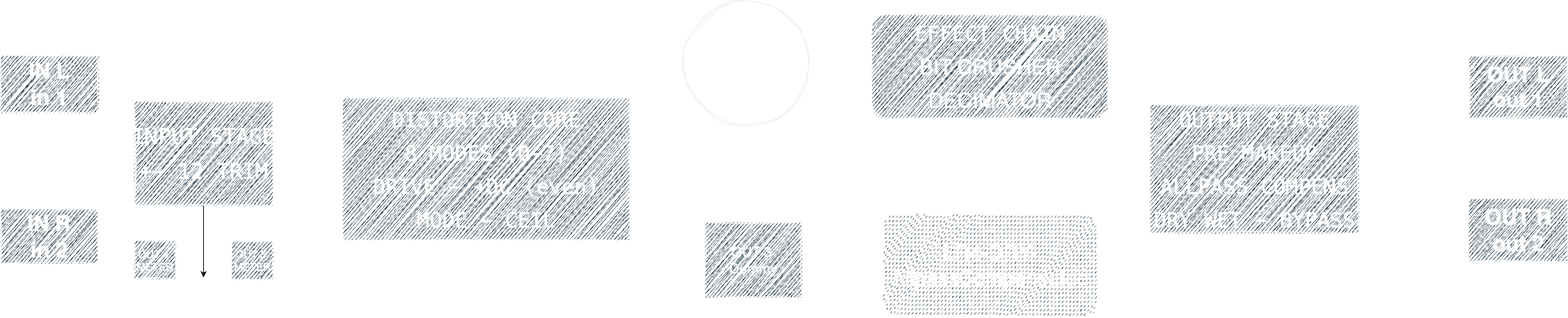
This is Assets/diagram.png from cjitter/JCBReverb, a draw.io export, as it was before one commit. Source tidied: cells renumbered, new cells last; positions are measured from the earlier drawing's top-left corner, leaving out a move shared by most shapes.
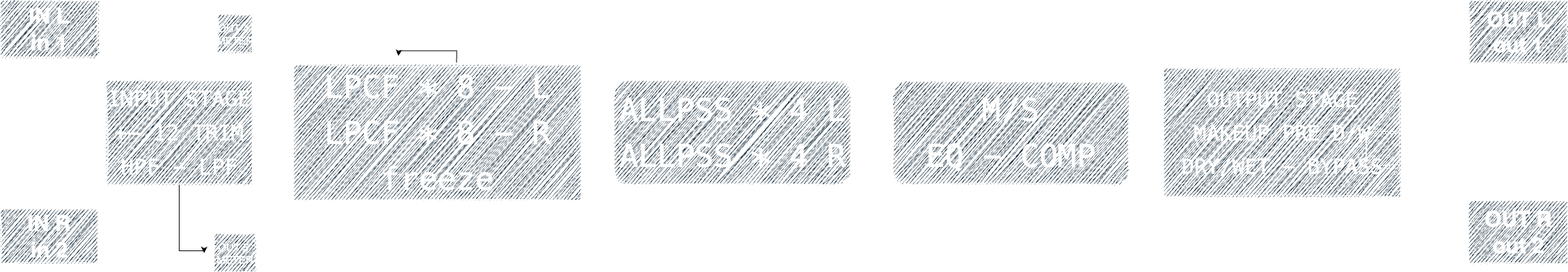
The same file after the commit.

Diff of the diagram source:
```diff
@@ -6,7 +6,7 @@
       <mxGeometry relative="1" as="geometry" />
     </mxCell>
     <mxCell id="3" value="&lt;font style=&quot;font-size: 31px;&quot;&gt;&lt;b&gt;IN L&lt;/b&gt;&lt;/font&gt;&lt;div&gt;&lt;font style=&quot;font-size: 31px;&quot;&gt;&lt;b&gt;in 1&lt;/b&gt;&lt;/font&gt;&lt;/div&gt;" style="rounded=0;whiteSpace=wrap;html=1;labelBackgroundColor=none;strokeColor=#FFFFFF;fillColor=#182E3E;fontColor=#FFFFFF;sketch=1;curveFitting=1;jiggle=2;" parent="1" vertex="1">
-      <mxGeometry y="79.4" width="140" height="81.2" as="geometry" />
+      <mxGeometry y="35" width="140" height="81.2" as="geometry" />
     </mxCell>
     <mxCell id="4" style="edgeStyle=orthogonalEdgeStyle;rounded=0;jettySize=auto;html=1;strokeColor=#FFFFFF;" parent="1" edge="1" source="5" target="10">
       <mxGeometry relative="1" as="geometry">
@@ -16,136 +16,101 @@
       </mxGeometry>
     </mxCell>
     <mxCell id="5" value="&lt;font style=&quot;font-size: 31px; border-color: light-dark(rgb(0, 0, 0), rgb(255, 255, 255)) !important;&quot;&gt;&lt;b&gt;IN R&lt;/b&gt;&lt;/font&gt;&lt;div style=&quot;border-color: light-dark(rgb(0, 0, 0), rgb(255, 255, 255)) !important;&quot;&gt;&lt;font style=&quot;border-color: light-dark(rgb(0, 0, 0), rgb(255, 255, 255)) !important; font-size: 31px;&quot;&gt;&lt;b&gt;in 2&lt;/b&gt;&lt;/font&gt;&lt;/div&gt;" style="rounded=0;whiteSpace=wrap;html=1;labelBackgroundColor=none;strokeColor=#FFFFFF;fillColor=#182E3E;fontColor=#FFFFFF;sketch=1;curveFitting=1;jiggle=2;" parent="1" vertex="1">
-      <mxGeometry y="300" width="140" height="78.1" as="geometry" />
+      <mxGeometry y="335" width="140" height="78.1" as="geometry" />
     </mxCell>
     <mxCell id="6" style="edgeStyle=orthogonalEdgeStyle;jettySize=auto;html=1;rounded=0;labelBackgroundColor=none;fontColor=default;strokeColor=#FFFFFF;sketch=1;curveFitting=1;jiggle=2;" parent="1" edge="1" source="10" target="18">
       <mxGeometry relative="1" as="geometry">
         <Array as="points">
-          <mxPoint x="280" y="325" />
-          <mxPoint x="362" y="325" />
+          <mxPoint x="252" y="405" />
         </Array>
       </mxGeometry>
     </mxCell>
     <mxCell id="7" style="edgeStyle=orthogonalEdgeStyle;rounded=0;jettySize=auto;html=1;" parent="1" edge="1" source="10">
       <mxGeometry relative="1" as="geometry">
         <mxPoint x="292" y="398.1" as="targetPoint" />
+        <Array as="points">
+          <mxPoint x="257" y="395" />
+          <mxPoint x="293" y="395" />
+          <mxPoint x="293" y="398" />
+        </Array>
       </mxGeometry>
     </mxCell>
-    <mxCell id="8" style="edgeStyle=orthogonalEdgeStyle;rounded=0;jettySize=auto;html=1;exitX=1;exitY=0;exitDx=0;exitDy=0;strokeColor=#FFFFFF;" parent="1" edge="1" source="10" target="26">
-      <mxGeometry relative="1" as="geometry">
-        <Array as="points">
-          <mxPoint x="322" y="145" />
-          <mxPoint x="322" y="65" />
-        </Array>
-      </mxGeometry>
-    </mxCell>
-    <mxCell id="9" style="edgeStyle=orthogonalEdgeStyle;rounded=0;jettySize=auto;html=1;entryX=0;entryY=0;entryDx=0;entryDy=0;strokeColor=#FFFFFF;" parent="1" edge="1" source="10" target="26">
-      <mxGeometry relative="1" as="geometry">
-        <Array as="points">
-          <mxPoint x="242" y="25" />
-          <mxPoint x="1008" y="25" />
-        </Array>
-      </mxGeometry>
-    </mxCell>
+    <mxCell id="32" style="edgeStyle=orthogonalEdgeStyle;rounded=0;jettySize=auto;html=1;strokeColor=#FFFFFF;" parent="1" edge="1" source="10" target="11">
+      <mxGeometry relative="1" as="geometry" />
+    </mxCell>
-    <mxCell id="10" value="&lt;pre&gt;&lt;span style=&quot;font-size: 31px;&quot;&gt;INPUT STAGE&lt;/span&gt;&lt;/pre&gt;&lt;pre&gt;&lt;span style=&quot;font-size: 31px;&quot;&gt;+- 12 TRIM&lt;/span&gt;&lt;/pre&gt;" style="rounded=0;whiteSpace=wrap;html=1;labelBackgroundColor=none;strokeColor=#FFFFFF;fillColor=#182E3E;fontColor=#FFFFFF;sketch=1;curveFitting=1;jiggle=2;" parent="1" vertex="1">
-      <mxGeometry x="192" y="145" width="200" height="150" as="geometry" />
+    <mxCell id="10" value="&lt;pre&gt;&lt;span style=&quot;font-size: 31px;&quot;&gt;INPUT STAGE&lt;/span&gt;&lt;/pre&gt;&lt;pre&gt;&lt;span style=&quot;font-size: 31px;&quot;&gt;+- 12 TRIM&lt;/span&gt;&lt;/pre&gt;&lt;pre&gt;&lt;span style=&quot;font-size: 31px;&quot;&gt;HPF - LPF&lt;/span&gt;&lt;/pre&gt;" style="rounded=0;whiteSpace=wrap;html=1;labelBackgroundColor=none;strokeColor=#FFFFFF;fillColor=#182E3E;fontColor=#FFFFFF;sketch=1;curveFitting=1;jiggle=2;" parent="1" vertex="1">
+      <mxGeometry x="152" y="150" width="210" height="150" as="geometry" />
     </mxCell>
+    <mxCell id="33" style="edgeStyle=orthogonalEdgeStyle;rounded=0;jettySize=auto;html=1;exitX=0.567;exitY=-0.016;exitDx=0;exitDy=0;exitPerimeter=0;" parent="1" edge="1" source="11">
+      <mxGeometry relative="1" as="geometry">
+        <mxPoint x="572" y="115" as="targetPoint" />
+      </mxGeometry>
+    </mxCell>
+    <mxCell id="24" style="edgeStyle=orthogonalEdgeStyle;rounded=0;jettySize=auto;html=1;exitX=1;exitY=0.5;exitDx=0;exitDy=0;entryX=0;entryY=0.5;entryDx=0;entryDy=0;strokeColor=#FFFFFF;" parent="1" edge="1" source="11" target="13">
+      <mxGeometry relative="1" as="geometry">
+        <Array as="points">
+          <mxPoint x="972" y="243" />
+          <mxPoint x="972" y="243" />
+        </Array>
+      </mxGeometry>
+    </mxCell>
-    <mxCell id="11" value="&lt;pre&gt;&lt;span style=&quot;font-size: 30px;&quot;&gt;DISTORTION CORE&lt;/span&gt;&lt;/pre&gt;&lt;pre&gt;&lt;span style=&quot;font-size: 30px;&quot;&gt;8 MODES (0-7)&lt;/span&gt;&lt;/pre&gt;&lt;pre&gt;&lt;span style=&quot;font-size: 30px;&quot;&gt;DRIVE - +DC (even)&lt;/span&gt;&lt;/pre&gt;&lt;pre&gt;&lt;span style=&quot;font-size: 30px;&quot;&gt;MODE - CEIL&lt;/span&gt;&lt;/pre&gt;" style="rounded=0;whiteSpace=wrap;html=1;labelBackgroundColor=none;strokeColor=#FFFFFF;gradientDirection=west;fillColor=#182E3E;fontColor=#FFFFFF;sketch=1;curveFitting=1;jiggle=2;" parent="1" vertex="1">
-      <mxGeometry x="492" y="140" width="412" height="205" as="geometry" />
+    <mxCell id="11" value="&lt;pre&gt;&lt;font style=&quot;font-size: 45px;&quot;&gt;LPCF * 8 - L&lt;/font&gt;&lt;/pre&gt;&lt;pre&gt;&lt;font style=&quot;font-size: 45px;&quot;&gt;LPCF * 8 - R&lt;/font&gt;&lt;/pre&gt;&lt;pre&gt;&lt;span style=&quot;font-size: 45px;&quot;&gt;freeze&lt;/span&gt;&lt;/pre&gt;" style="rounded=0;whiteSpace=wrap;html=1;labelBackgroundColor=none;strokeColor=#FFFFFF;gradientDirection=west;fillColor=#182E3E;fontColor=#FFFFFF;sketch=1;curveFitting=1;jiggle=2;" parent="1" vertex="1">
+      <mxGeometry x="422" y="127.5" width="412" height="195" as="geometry" />
     </mxCell>
-    <mxCell id="12" style="edgeStyle=orthogonalEdgeStyle;rounded=0;jettySize=auto;html=1;entryX=0;entryY=0.5;entryDx=0;entryDy=0;strokeColor=#FFFFFF;" parent="1" edge="1" source="13" target="15">
-      <mxGeometry relative="1" as="geometry" />
-    </mxCell>
+    <mxCell id="34" style="edgeStyle=orthogonalEdgeStyle;rounded=0;jettySize=auto;html=1;exitX=1;exitY=0.5;exitDx=0;exitDy=0;entryX=0;entryY=0.5;entryDx=0;entryDy=0;strokeColor=#FFFFFF;" parent="1" edge="1" source="13" target="35">
+      <mxGeometry relative="1" as="geometry" />
+    </mxCell>
-    <mxCell id="13" value="&lt;pre&gt;&lt;span style=&quot;font-size: 30px; background-color: transparent; color: light-dark(rgb(255, 255, 255), rgb(18, 18, 18));&quot;&gt;EFFECT CHAIN&lt;/span&gt;&lt;/pre&gt;&lt;pre&gt;&lt;font face=&quot;Helvetica&quot;&gt;&lt;span style=&quot;font-size: 30px; white-space: normal;&quot;&gt;BIT CRUSHER&lt;/span&gt;&lt;/font&gt;&lt;/pre&gt;&lt;pre&gt;&lt;font face=&quot;Helvetica&quot;&gt;&lt;span style=&quot;font-size: 30px; white-space: normal;&quot;&gt;DECIMATOR&lt;/span&gt;&lt;/font&gt;&lt;/pre&gt;" style="whiteSpace=wrap;html=1;rounded=1;labelBackgroundColor=none;strokeColor=#FFFFFF;fillColor=#182E3E;fontColor=#FFFFFF;sketch=1;curveFitting=1;jiggle=2;" parent="1" vertex="1">
-      <mxGeometry x="1252" y="20" width="340" height="150" as="geometry" />
+    <mxCell id="13" value="&lt;pre&gt;&lt;font style=&quot;font-size: 45px;&quot;&gt;ALLPSS * 4 L&lt;/font&gt;&lt;/pre&gt;&lt;div&gt;&lt;font style=&quot;font-size: 45px;&quot;&gt;&lt;pre style=&quot;font-size: 12px;&quot;&gt;&lt;font style=&quot;font-size: 45px;&quot;&gt;ALLPSS * 4 R&lt;/font&gt;&lt;/pre&gt;&lt;/font&gt;&lt;/div&gt;" style="whiteSpace=wrap;html=1;rounded=1;labelBackgroundColor=none;strokeColor=#FFFFFF;fillColor=#182E3E;fontColor=#FFFFFF;sketch=1;curveFitting=1;jiggle=2;" parent="1" vertex="1">
+      <mxGeometry x="882" y="150" width="340" height="150" as="geometry" />
     </mxCell>
     <mxCell id="14" style="edgeStyle=orthogonalEdgeStyle;jettySize=auto;html=1;entryX=0;entryY=0.561;entryDx=0;entryDy=0;entryPerimeter=0;rounded=0;labelBackgroundColor=none;fontColor=default;strokeColor=#FFFFFF;sketch=1;curveFitting=1;jiggle=2;" parent="1" edge="1" source="15" target="16">
-      <mxGeometry relative="1" as="geometry" />
+      <mxGeometry relative="1" as="geometry">
+        <Array as="points">
+          <mxPoint x="2072" y="185" />
+          <mxPoint x="2072" y="76" />
+          <mxPoint x="2110" y="76" />
+        </Array>
+      </mxGeometry>
     </mxCell>
-    <mxCell id="15" value="&lt;pre&gt;&lt;span style=&quot;font-size: 30px;&quot;&gt;OUTPUT STAGE&lt;/span&gt;&lt;/pre&gt;&lt;pre&gt;&lt;span style=&quot;font-size: 30px;&quot;&gt;PRE MAKEUP&lt;/span&gt;&lt;/pre&gt;&lt;pre&gt;&lt;span style=&quot;font-size: 30px;&quot;&gt;ALLPASS COMPENS&lt;/span&gt;&lt;/pre&gt;&lt;pre&gt;&lt;span style=&quot;font-size: 30px;&quot;&gt;DRY WET - BYPASS&lt;/span&gt;&lt;/pre&gt;" style="rounded=0;whiteSpace=wrap;html=1;labelBackgroundColor=none;strokeColor=#FFFFFF;fillColor=#182E3E;fontColor=#FFFFFF;sketch=1;curveFitting=1;jiggle=2;" parent="1" vertex="1">
-      <mxGeometry x="1652" y="150" width="300" height="185" as="geometry" />
+    <mxCell id="15" value="&lt;pre&gt;&lt;span style=&quot;font-size: 30px;&quot;&gt;OUTPUT STAGE&lt;/span&gt;&lt;/pre&gt;&lt;pre&gt;&lt;span style=&quot;font-size: 30px;&quot;&gt;MAKEUP PRE D/W&lt;/span&gt;&lt;/pre&gt;&lt;pre&gt;&lt;span style=&quot;font-size: 30px;&quot;&gt;DRY/WET - BYPASS&lt;/span&gt;&lt;/pre&gt;" style="rounded=0;whiteSpace=wrap;html=1;labelBackgroundColor=none;strokeColor=#FFFFFF;fillColor=#182E3E;fontColor=#FFFFFF;sketch=1;curveFitting=1;jiggle=2;" parent="1" vertex="1">
+      <mxGeometry x="1672" y="132.5" width="340" height="185" as="geometry" />
     </mxCell>
     <mxCell id="16" value="&lt;font style=&quot;font-size: 30px;&quot;&gt;&lt;b&gt;OUT L&lt;/b&gt;&lt;/font&gt;&lt;div&gt;&lt;font style=&quot;font-size: 30px;&quot;&gt;&lt;b&gt;out 1&lt;/b&gt;&lt;/font&gt;&lt;/div&gt;" style="rounded=0;whiteSpace=wrap;html=1;labelBackgroundColor=none;strokeColor=#FFFFFF;fillColor=#182E3E;fontColor=#FFFFFF;sketch=1;curveFitting=1;jiggle=2;" parent="1" vertex="1">
-      <mxGeometry x="2110" y="79.4" width="142" height="90" as="geometry" />
+      <mxGeometry x="2110" y="35" width="142" height="90" as="geometry" />
     </mxCell>
     <mxCell id="17" value="&lt;div&gt;&lt;font style=&quot;font-size: 15px;&quot;&gt;OUT 4&amp;nbsp;&lt;/font&gt;&lt;/div&gt;&lt;div&gt;&lt;font style=&quot;font-size: 15px;&quot;&gt;METER&lt;/font&gt;&lt;/div&gt;" style="rounded=0;whiteSpace=wrap;html=1;labelBackgroundColor=none;strokeColor=#FFFFFF;fillColor=#182E3E;fontColor=#FFFFFF;sketch=1;curveFitting=1;jiggle=2;" parent="1" vertex="1">
-      <mxGeometry x="192" y="345" width="60" height="55" as="geometry" />
+      <mxGeometry x="312" y="55" width="50" height="55" as="geometry" />
     </mxCell>
     <mxCell id="18" value="&lt;font style=&quot;font-size: 15px;&quot;&gt;OUT 5&amp;nbsp;&lt;/font&gt;&lt;div&gt;&lt;font style=&quot;font-size: 15px;&quot;&gt;METER&lt;/font&gt;&lt;/div&gt;" style="rounded=0;whiteSpace=wrap;html=1;labelBackgroundColor=none;strokeColor=#FFFFFF;fillColor=#182E3E;fontColor=#FFFFFF;sketch=1;curveFitting=1;jiggle=2;" parent="1" vertex="1">
-      <mxGeometry x="332" y="345.9" width="60" height="55" as="geometry" />
+      <mxGeometry x="307" y="370" width="60" height="55" as="geometry" />
     </mxCell>
-    <mxCell id="19" value="&lt;span style=&quot;font-size: 20px;&quot;&gt;OUT 3&amp;nbsp;&lt;/span&gt;&lt;div&gt;&lt;span style=&quot;font-size: 20px;&quot;&gt;Dummy&lt;/span&gt;&lt;/div&gt;" style="rounded=0;whiteSpace=wrap;html=1;labelBackgroundColor=none;strokeColor=#FFFFFF;fillColor=#182E3E;fontColor=#FFFFFF;sketch=1;curveFitting=1;jiggle=2;" parent="1" vertex="1">
-      <mxGeometry x="1012" y="318.8" width="140" height="109.4" as="geometry" />
-    </mxCell>
     <mxCell id="20" value="&lt;font style=&quot;font-size: 31px;&quot;&gt;&lt;b&gt;OUT R&lt;/b&gt;&lt;/font&gt;&lt;div&gt;&lt;font style=&quot;font-size: 31px;&quot;&gt;&lt;b&gt;out 2&lt;/b&gt;&lt;/font&gt;&lt;/div&gt;" style="rounded=0;whiteSpace=wrap;html=1;labelBackgroundColor=none;strokeColor=#FFFFFF;fillColor=#182E3E;fontColor=#FFFFFF;sketch=1;curveFitting=1;jiggle=2;" parent="1" vertex="1">
-      <mxGeometry x="2110" y="285" width="142" height="90" as="geometry" />
+      <mxGeometry x="2110" y="323.1" width="142" height="90" as="geometry" />
     </mxCell>
-    <mxCell id="21" style="edgeStyle=orthogonalEdgeStyle;jettySize=auto;html=1;rounded=0;labelBackgroundColor=none;fontColor=default;strokeColor=#FFFFFF;sketch=1;curveFitting=1;jiggle=2;exitX=0.5;exitY=1;exitDx=0;exitDy=0;" parent="1" edge="1" source="11" target="19">
-      <mxGeometry relative="1" as="geometry">
-        <Array as="points">
-          <mxPoint x="818" y="400" />
-        </Array>
-      </mxGeometry>
-    </mxCell>
     <mxCell id="22" style="edgeStyle=orthogonalEdgeStyle;jettySize=auto;html=1;rounded=0;labelBackgroundColor=none;fontColor=default;strokeColor=#FFFFFF;sketch=1;curveFitting=1;jiggle=2;exitX=1;exitY=0.5;exitDx=0;exitDy=0;" parent="1" edge="1" source="15" target="20">
       <mxGeometry relative="1" as="geometry">
         <Array as="points">
-          <mxPoint x="1982" y="243" />
-          <mxPoint x="2032" y="244" />
-          <mxPoint x="2032" y="305" />
+          <mxPoint x="1962" y="225" />
+          <mxPoint x="1962" y="275" />
+          <mxPoint x="2082" y="275" />
+          <mxPoint x="2082" y="385" />
         </Array>
       </mxGeometry>
     </mxCell>
     <mxCell id="23" style="edgeStyle=orthogonalEdgeStyle;jettySize=auto;html=1;rounded=0;labelBackgroundColor=none;fontColor=default;strokeColor=#FFFFFF;sketch=1;curveFitting=1;jiggle=2;" parent="1" edge="1" source="10" target="17">
       <mxGeometry relative="1" as="geometry">
         <Array as="points">
-          <mxPoint x="260" y="325" />
-          <mxPoint x="222" y="325" />
+          <mxPoint x="242" y="83" />
         </Array>
       </mxGeometry>
     </mxCell>
-    <mxCell id="24" style="edgeStyle=orthogonalEdgeStyle;rounded=0;jettySize=auto;html=1;entryX=-0.016;entryY=0.576;entryDx=0;entryDy=0;entryPerimeter=0;strokeColor=#FFFFFF;" parent="1" edge="1" source="11" target="13">
-      <mxGeometry relative="1" as="geometry">
-        <Array as="points">
-          <mxPoint x="1212" y="255" />
-          <mxPoint x="1212" y="106" />
-        </Array>
-      </mxGeometry>
-    </mxCell>
-    <mxCell id="25" style="edgeStyle=orthogonalEdgeStyle;rounded=0;jettySize=auto;html=1;strokeColor=#FFFFFF;" parent="1" edge="1" source="26" target="28">
-      <mxGeometry relative="1" as="geometry">
-        <Array as="points">
-          <mxPoint x="1082" y="205" />
-          <mxPoint x="1422" y="205" />
-        </Array>
-      </mxGeometry>
-    </mxCell>
-    <mxCell id="26" value="&lt;pre style=&quot;color: rgb(255, 255, 255);&quot;&gt;&lt;span style=&quot;font-size: 30px;&quot;&gt;Xover&lt;/span&gt;&lt;/pre&gt;&lt;pre style=&quot;color: rgb(255, 255, 255);&quot;&gt;&lt;span style=&quot;font-size: 30px;&quot;&gt;LR4&lt;/span&gt;&lt;/pre&gt;" style="ellipse;whiteSpace=wrap;html=1;fillColor=default;strokeColor=#EDEDED;shadow=0;sketch=1;curveFitting=1;jiggle=2;fillStyle=dashed;" parent="1" vertex="1">
-      <mxGeometry x="982" width="180" height="180" as="geometry" />
-    </mxCell>
-    <mxCell id="27" style="edgeStyle=orthogonalEdgeStyle;rounded=0;jettySize=auto;html=1;strokeColor=#FFFFFF;" parent="1" edge="1" source="28" target="15">
+    <mxCell id="27" style="edgeStyle=orthogonalEdgeStyle;rounded=0;jettySize=auto;html=1;strokeColor=#FFFFFF;entryX=0;entryY=0.5;entryDx=0;entryDy=0;" parent="1" edge="1" target="15">
       <mxGeometry relative="1" as="geometry">
-        <Array as="points">
-          <mxPoint x="1622" y="380" />
-          <mxPoint x="1622" y="242" />
-        </Array>
+        <mxPoint x="1602" y="225" as="sourcePoint" />
       </mxGeometry>
     </mxCell>
-    <mxCell id="28" value="&lt;span style=&quot;font-size: 30px;&quot;&gt;LR4-DRY-AllpassCompensated&lt;/span&gt;" style="whiteSpace=wrap;html=1;rounded=1;labelBackgroundColor=none;strokeColor=#FFFFFF;fillColor=#182E3E;fontColor=#FFFFFF;sketch=1;curveFitting=1;jiggle=2;fillStyle=dashed;" parent="1" vertex="1">
-      <mxGeometry x="1267" y="305" width="310" height="150" as="geometry" />
-    </mxCell>
-    <mxCell id="29" style="edgeStyle=orthogonalEdgeStyle;rounded=0;jettySize=auto;html=1;entryX=1.004;entryY=0.319;entryDx=0;entryDy=0;entryPerimeter=0;strokeColor=#FFFFFF;" parent="1" edge="1" source="26" target="11">
-      <mxGeometry relative="1" as="geometry">
-        <Array as="points">
-          <mxPoint x="1082" y="205" />
-        </Array>
-      </mxGeometry>
-    </mxCell>
-    <mxCell id="30" value="&lt;font style=&quot;color: rgb(255, 255, 255);&quot;&gt;LEFT&lt;/font&gt;" style="text;html=1;align=center;verticalAlign=middle;whiteSpace=wrap;rounded=0;" parent="1" vertex="1">
-      <mxGeometry x="912" width="60" height="30" as="geometry" />
-    </mxCell>
-    <mxCell id="31" value="&lt;font style=&quot;color: rgb(255, 255, 255);&quot;&gt;RIGHT&lt;/font&gt;" style="text;html=1;align=center;verticalAlign=middle;whiteSpace=wrap;rounded=0;" parent="1" vertex="1">
-      <mxGeometry x="912" y="65" width="60" height="30" as="geometry" />
-    </mxCell>
+    <mxCell id="35" value="&lt;pre&gt;&lt;span style=&quot;font-size: 45px;&quot;&gt;M/S&lt;/span&gt;&lt;/pre&gt;&lt;pre&gt;&lt;span style=&quot;font-size: 45px;&quot;&gt;EQ - COMP&lt;/span&gt;&lt;/pre&gt;" style="whiteSpace=wrap;html=1;rounded=1;labelBackgroundColor=none;strokeColor=#FFFFFF;fillColor=#182E3E;fontColor=#FFFFFF;sketch=1;curveFitting=1;jiggle=2;" parent="1" vertex="1">
+      <mxGeometry x="1282" y="150" width="340" height="150" as="geometry" />
+    </mxCell>
   </root>
 </mxGraphModel>
```
